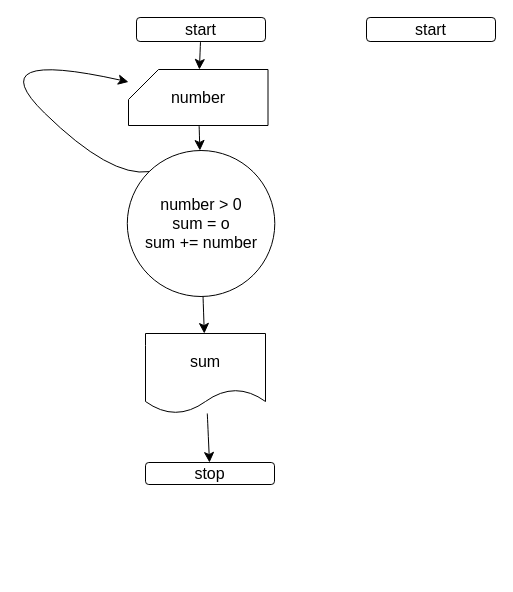
This is שיעורי בית .drawio from shlomtzionm/git, a draw.io file, before an edit. Source tidied: cells renumbered, new cells numbered last; positions are measured from the earlier drawing's top-left corner, leaving out a move shared by most shapes. Both pictures are drawn from the tidied source at 100%, with x=0, y=0 at pixel (-22, 17).
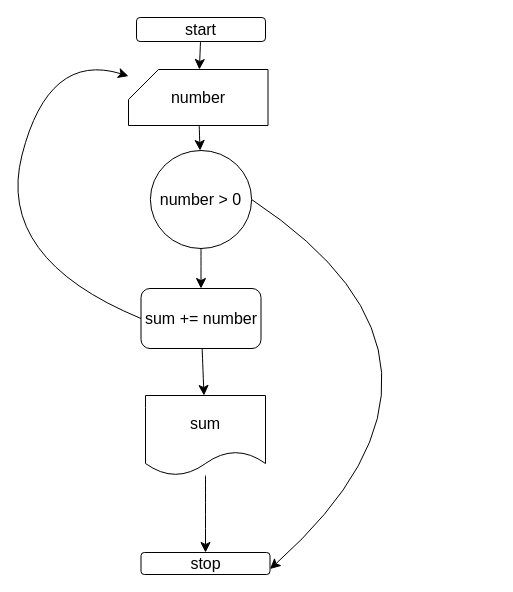
After the change.

The edit, as a diff of the source:
```diff
@@
 <mxGraphModel>
   <root>
     <mxCell id="0" />
     <mxCell id="1" parent="0" />
     <mxCell id="2" style="edgeStyle=none;curved=1;rounded=0;jettySize=auto;html=1;fontSize=12;startSize=8;endSize=8;" parent="1" edge="1" source="3" target="5">
       <mxGeometry relative="1" as="geometry" />
     </mxCell>
     <mxCell id="3" value="start" style="rounded=1;whiteSpace=wrap;html=1;fontSize=16;" parent="1" vertex="1">
       <mxGeometry x="158" width="129" height="24" as="geometry" />
     </mxCell>
     <mxCell id="4" style="edgeStyle=none;curved=1;rounded=0;jettySize=auto;html=1;fontSize=12;startSize=8;endSize=8;" parent="1" edge="1" source="5" target="8">
       <mxGeometry relative="1" as="geometry" />
     </mxCell>
     <mxCell id="5" value="number" style="shape=card;whiteSpace=wrap;html=1;fontSize=16;" parent="1" vertex="1">
       <mxGeometry x="150" y="52" width="139.5" height="56" as="geometry" />
     </mxCell>
-    <mxCell id="6" style="edgeStyle=none;curved=1;rounded=0;jettySize=auto;html=1;exitX=0;exitY=0;exitDx=0;exitDy=0;fontSize=12;startSize=8;endSize=8;" parent="1" edge="1" source="8" target="5">
+    <mxCell id="6" style="edgeStyle=none;curved=1;rounded=0;jettySize=auto;html=1;fontSize=12;startSize=8;endSize=8;exitX=0;exitY=0.5;exitDx=0;exitDy=0;" parent="1" edge="1" source="16" target="5">
       <mxGeometry relative="1" as="geometry">
         <Array as="points">
-          <mxPoint x="132" y="160" />
-          <mxPoint y="31" />
+          <mxPoint x="17" y="241" />
+          <mxPoint x="70" y="34" />
         </Array>
       </mxGeometry>
     </mxCell>
-    <mxCell id="7" style="edgeStyle=none;curved=1;rounded=0;jettySize=auto;html=1;fontSize=12;startSize=8;endSize=8;" parent="1" edge="1" source="8" target="10">
-      <mxGeometry relative="1" as="geometry" />
-    </mxCell>
+    <mxCell id="13" style="edgeStyle=none;curved=1;rounded=0;jettySize=auto;html=1;fontSize=12;startSize=8;endSize=8;" parent="1" edge="1" source="8" target="16">
+      <mxGeometry relative="1" as="geometry" />
+    </mxCell>
+    <mxCell id="14" style="edgeStyle=none;curved=1;rounded=0;jettySize=auto;html=1;exitX=1;exitY=0.5;exitDx=0;exitDy=0;fontSize=12;startSize=8;endSize=8;entryX=1;entryY=0.75;entryDx=0;entryDy=0;" parent="1" edge="1" source="8" target="11">
+      <mxGeometry relative="1" as="geometry">
+        <Array as="points">
+          <mxPoint x="521" y="346" />
+        </Array>
+      </mxGeometry>
+    </mxCell>
-    <mxCell id="8" value="number &amp;gt; 0&lt;br&gt;sum = o&lt;br&gt;sum += number" style="ellipse;whiteSpace=wrap;html=1;fontSize=16;" parent="1" vertex="1">
-      <mxGeometry x="148.8" y="133" width="147.5" height="146" as="geometry" />
+    <mxCell id="8" value="number &amp;gt; 0&lt;br&gt;" style="ellipse;whiteSpace=wrap;html=1;fontSize=16;" parent="1" vertex="1">
+      <mxGeometry x="171.9" y="133" width="101.2" height="98" as="geometry" />
     </mxCell>
     <mxCell id="9" style="edgeStyle=none;curved=1;rounded=0;jettySize=auto;html=1;fontSize=12;startSize=8;endSize=8;" parent="1" edge="1" source="10" target="11">
       <mxGeometry relative="1" as="geometry" />
     </mxCell>
     <mxCell id="10" value="sum" style="shape=document;whiteSpace=wrap;html=1;boundedLbl=1;fontSize=16;" parent="1" vertex="1">
-      <mxGeometry x="167" y="316" width="120" height="80" as="geometry" />
+      <mxGeometry x="167" y="378" width="120" height="80" as="geometry" />
     </mxCell>
     <mxCell id="11" value="stop" style="rounded=1;whiteSpace=wrap;html=1;fontSize=16;" parent="1" vertex="1">
-      <mxGeometry x="167" y="445" width="129" height="22" as="geometry" />
+      <mxGeometry x="162.5" y="535" width="129" height="22" as="geometry" />
     </mxCell>
-    <mxCell id="12" value="start" style="rounded=1;whiteSpace=wrap;html=1;fontSize=16;" parent="1" vertex="1">
-      <mxGeometry x="388" width="129" height="24" as="geometry" />
-    </mxCell>
+    <mxCell id="15" style="edgeStyle=none;curved=1;rounded=0;jettySize=auto;html=1;fontSize=12;startSize=8;endSize=8;" parent="1" edge="1" source="16" target="10">
+      <mxGeometry relative="1" as="geometry" />
+    </mxCell>
+    <mxCell id="16" value="sum += number" style="rounded=1;whiteSpace=wrap;html=1;fontSize=16;" parent="1" vertex="1">
+      <mxGeometry x="162.5" y="271" width="120" height="60" as="geometry" />
+    </mxCell>
   </root>
 </mxGraphModel>
```
